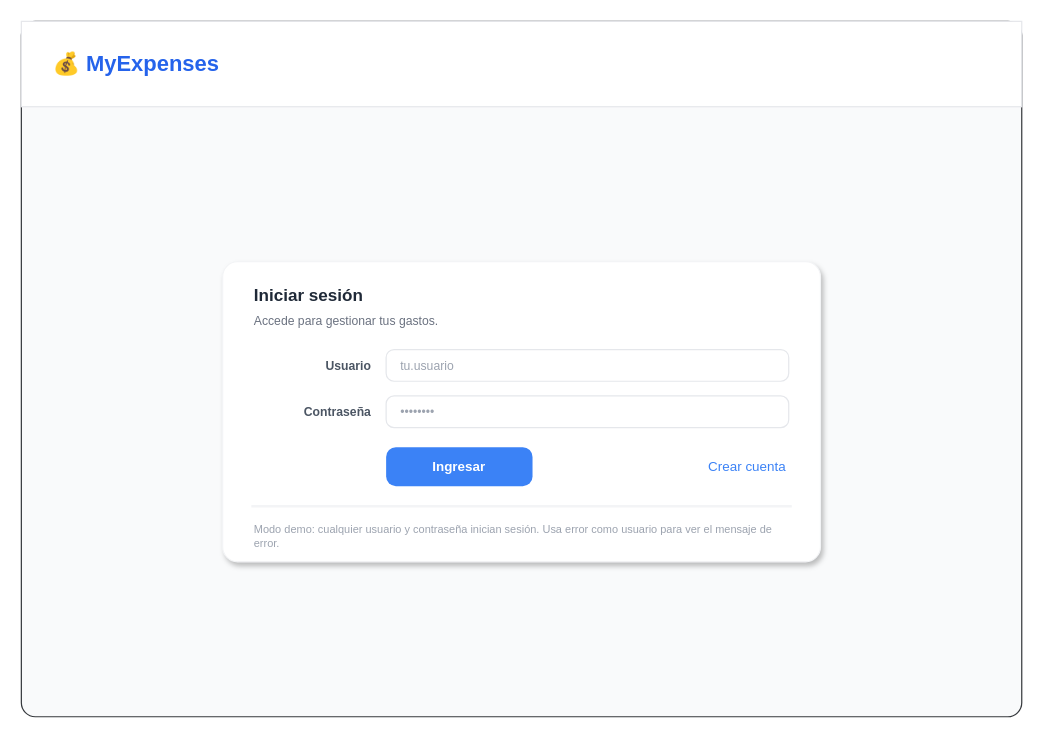
Above: page "Login" (1 of 3) of mockups/auth-screens.drawio in john2600/mybasics-expense-ui (draw.io), before the change. Source tidied: cells renumbered, new cells numbered last; positions are measured from the earlier drawing's top-left corner, leaving out a move shared by most shapes. Both pictures are drawn from the tidied source at 122%, with x=0, y=0 at pixel (21, 21).
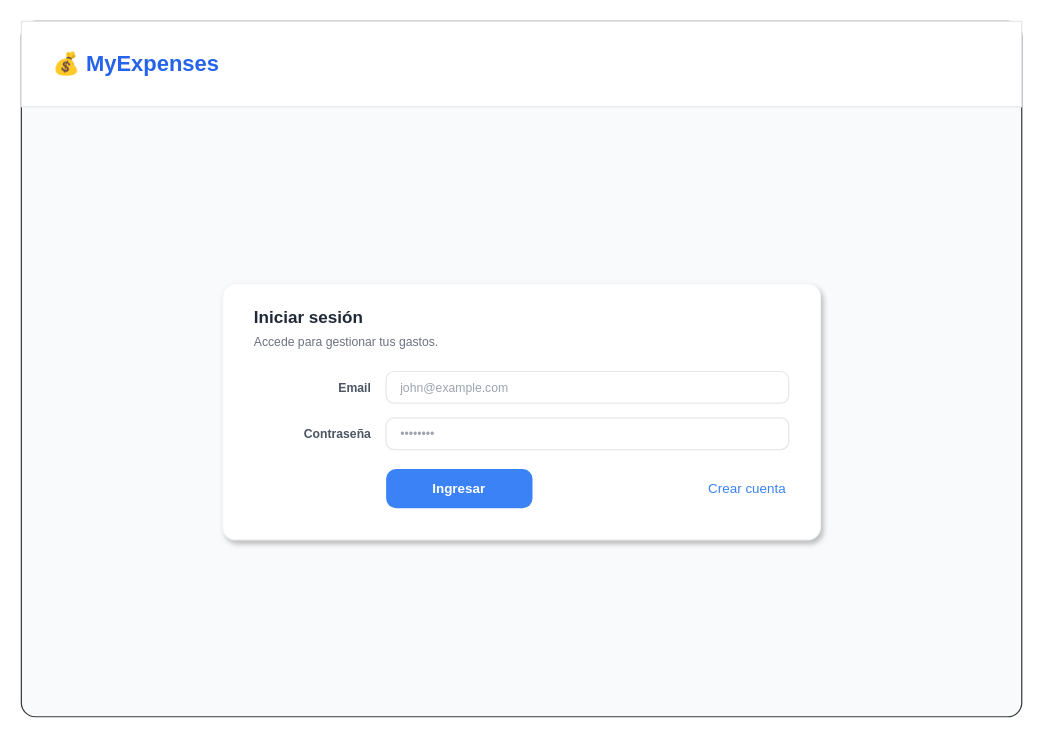
Above is the later version.

Diff of the diagram source:
```diff
@@
 <mxGraphModel>
   <root>
     <mxCell id="0" />
     <mxCell id="1" parent="0" />
     <mxCell id="2" style="rounded=1;arcSize=2;whiteSpace=wrap;html=1;fillColor=#F9FAFB;strokeColor=#36393D;" parent="1" vertex="1">
       <mxGeometry width="820" height="570" as="geometry" />
     </mxCell>
     <mxCell id="3" style="rounded=0;whiteSpace=wrap;html=1;fillColor=#FFFFFF;strokeColor=#E5E7EB;" parent="1" vertex="1">
       <mxGeometry width="820" height="70" as="geometry" />
     </mxCell>
     <mxCell id="4" value="💰 MyExpenses" style="text;html=1;whiteSpace=wrap;strokeColor=none;fillColor=none;align=left;verticalAlign=middle;rounded=0;fontSize=18;fontStyle=1;fontColor=#2563EB;" parent="3" vertex="1">
       <mxGeometry x="24" y="20" width="240" height="30" as="geometry" />
     </mxCell>
     <mxCell id="5" style="rounded=1;arcSize=5;whiteSpace=wrap;html=1;fillColor=#FFFFFF;strokeColor=#F3F4F6;shadow=1;" parent="1" vertex="1">
-      <mxGeometry x="165" y="197" width="490" height="246" as="geometry" />
+      <mxGeometry x="165" y="215" width="490" height="210" as="geometry" />
     </mxCell>
-    <mxCell id="6" value="Usuario" style="text;html=1;whiteSpace=wrap;strokeColor=none;fillColor=none;align=right;verticalAlign=middle;rounded=0;fontSize=10;fontStyle=1;fontColor=#4B5563;" parent="5" vertex="1">
+    <mxCell id="6" value="Email" style="text;html=1;whiteSpace=wrap;strokeColor=none;fillColor=none;align=right;verticalAlign=middle;rounded=0;fontSize=10;fontStyle=1;fontColor=#4B5563;" parent="5" vertex="1">
       <mxGeometry x="24" y="72" width="100" height="26" as="geometry" />
     </mxCell>
-    <mxCell id="7" value="tu.usuario" style="rounded=1;arcSize=25;whiteSpace=wrap;html=1;fillColor=#FFFFFF;strokeColor=#E5E7EB;align=left;spacingLeft=10;fontSize=10;fontColor=#9CA3AF;" parent="5" vertex="1">
+    <mxCell id="7" value="john@example.com" style="rounded=1;arcSize=25;whiteSpace=wrap;html=1;fillColor=#FFFFFF;strokeColor=#E5E7EB;align=left;spacingLeft=10;fontSize=10;fontColor=#9CA3AF;" parent="5" vertex="1">
       <mxGeometry x="134" y="72" width="330" height="26" as="geometry" />
     </mxCell>
     <mxCell id="8" value="Contraseña" style="text;html=1;whiteSpace=wrap;strokeColor=none;fillColor=none;align=right;verticalAlign=middle;rounded=0;fontSize=10;fontStyle=1;fontColor=#4B5563;" parent="5" vertex="1">
       <mxGeometry x="24" y="110" width="100" height="26" as="geometry" />
     </mxCell>
     <mxCell id="9" value="••••••••" style="rounded=1;arcSize=25;whiteSpace=wrap;html=1;fillColor=#FFFFFF;strokeColor=#E5E7EB;align=left;spacingLeft=10;fontSize=10;fontColor=#9CA3AF;" parent="5" vertex="1">
       <mxGeometry x="134" y="110" width="330" height="26" as="geometry" />
     </mxCell>
     <mxCell id="10" value="Ingresar" style="rounded=1;arcSize=25;whiteSpace=wrap;html=1;fillColor=#3B82F6;strokeColor=none;fontSize=11;fontStyle=1;fontColor=#FFFFFF;" parent="5" vertex="1">
       <mxGeometry x="134" y="152" width="120" height="32" as="geometry" />
     </mxCell>
     <mxCell id="11" value="Crear cuenta" style="text;html=1;whiteSpace=wrap;strokeColor=none;fillColor=none;align=right;verticalAlign=middle;rounded=0;fontSize=11;fontColor=#3B82F6;" parent="5" vertex="1">
       <mxGeometry x="304" y="152" width="160" height="32" as="geometry" />
     </mxCell>
     <mxCell id="12" value="Iniciar sesión" style="text;html=1;whiteSpace=wrap;strokeColor=none;fillColor=none;align=left;verticalAlign=middle;rounded=0;fontSize=14;fontStyle=1;fontColor=#1F2937;" parent="5" vertex="1">
       <mxGeometry x="24" y="18" width="250" height="20" as="geometry" />
     </mxCell>
     <mxCell id="13" value="Accede para gestionar tus gastos." style="text;html=1;whiteSpace=wrap;strokeColor=none;fillColor=none;align=left;verticalAlign=middle;rounded=0;fontSize=10;fontColor=#6B7280;" parent="5" vertex="1">
       <mxGeometry x="24" y="40" width="360" height="16" as="geometry" />
     </mxCell>
-    <mxCell id="14" style="rounded=0;whiteSpace=wrap;html=1;fillColor=#F3F4F6;strokeColor=#F3F4F6;" parent="5" vertex="1">
-      <mxGeometry x="24" y="200" width="442" height="1" as="geometry" />
-    </mxCell>
-    <mxCell id="15" value="Modo demo: cualquier usuario y contraseña inician sesión. Usa error como usuario para ver el mensaje de error." style="text;html=1;whiteSpace=wrap;strokeColor=none;fillColor=none;align=left;verticalAlign=top;rounded=0;fontSize=9;fontColor=#9CA3AF;" parent="5" vertex="1">
-      <mxGeometry x="24" y="208" width="442" height="28" as="geometry" />
-    </mxCell>
   </root>
 </mxGraphModel>
```
